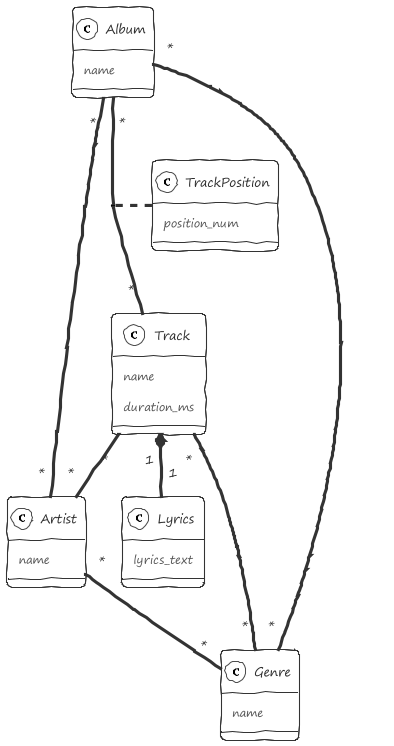
Earlier version of the PlantUML export out/database/database.png (Educorreia932/FEUP-PRI). The source it was exported from:
```plantuml
@startuml database

!theme sketchy-outline

Album "*" -- "*" Track
(Album, Track) .. TrackPosition
Album "*" -- "*" Genre
Album "*" -- "*" Artist
Artist "*" -- "*" Genre
Track "*" -- "*" Genre
Track "*" -- "*" Artist
Track "1" *-- "1" Lyrics

Album : name
Artist : name
Genre : name
Lyrics : lyrics_text
Track : name
Track : duration_ms
TrackPosition : position_num

@enduml
```
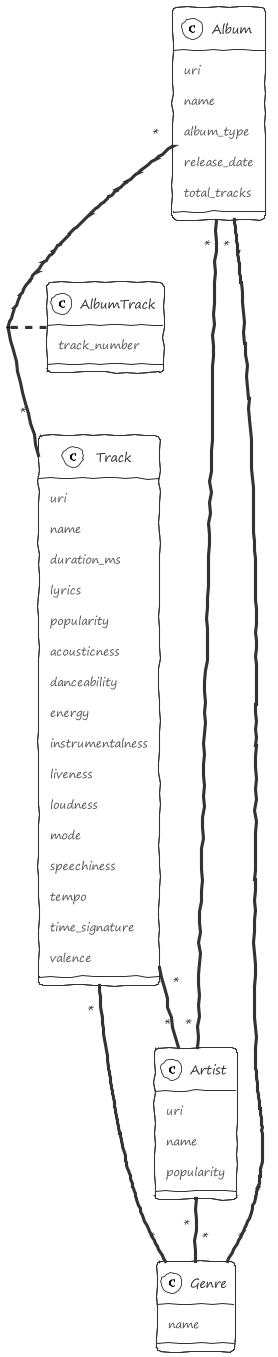
Later version of the same file.

Commit message:
Iterating over playlist tracks and saving them in the database

The edit, as a diff of the source:
```diff
@@ -2,21 +2,46 @@
 
 !theme sketchy-outline
 
+Artist "*" -- "*" Genre
+
 Album "*" -- "*" Track
-(Album, Track) .. TrackPosition
+(Album, Track) .. AlbumTrack
+
 Album "*" -- "*" Genre
 Album "*" -- "*" Artist
-Artist "*" -- "*" Genre
+
 Track "*" -- "*" Genre
 Track "*" -- "*" Artist
-Track "1" *-- "1" Lyrics
 
+Genre : name
+
+Artist : uri
+Artist : name
+Artist : popularity
+
+Album : uri
 Album : name
-Artist : name
-Genre : name
-Lyrics : lyrics_text
+Album : album_type
+Album : release_date
+Album : total_tracks
+
+Track : uri
 Track : name
 Track : duration_ms
-TrackPosition : position_num
+Track : lyrics
+Track : popularity
+Track : acousticness
+Track : danceability
+Track : energy
+Track : instrumentalness
+Track : liveness
+Track : loudness
+Track : mode
+Track : speechiness
+Track : tempo
+Track : time_signature
+Track : valence
+
+AlbumTrack : track_number
 
 @enduml
```
